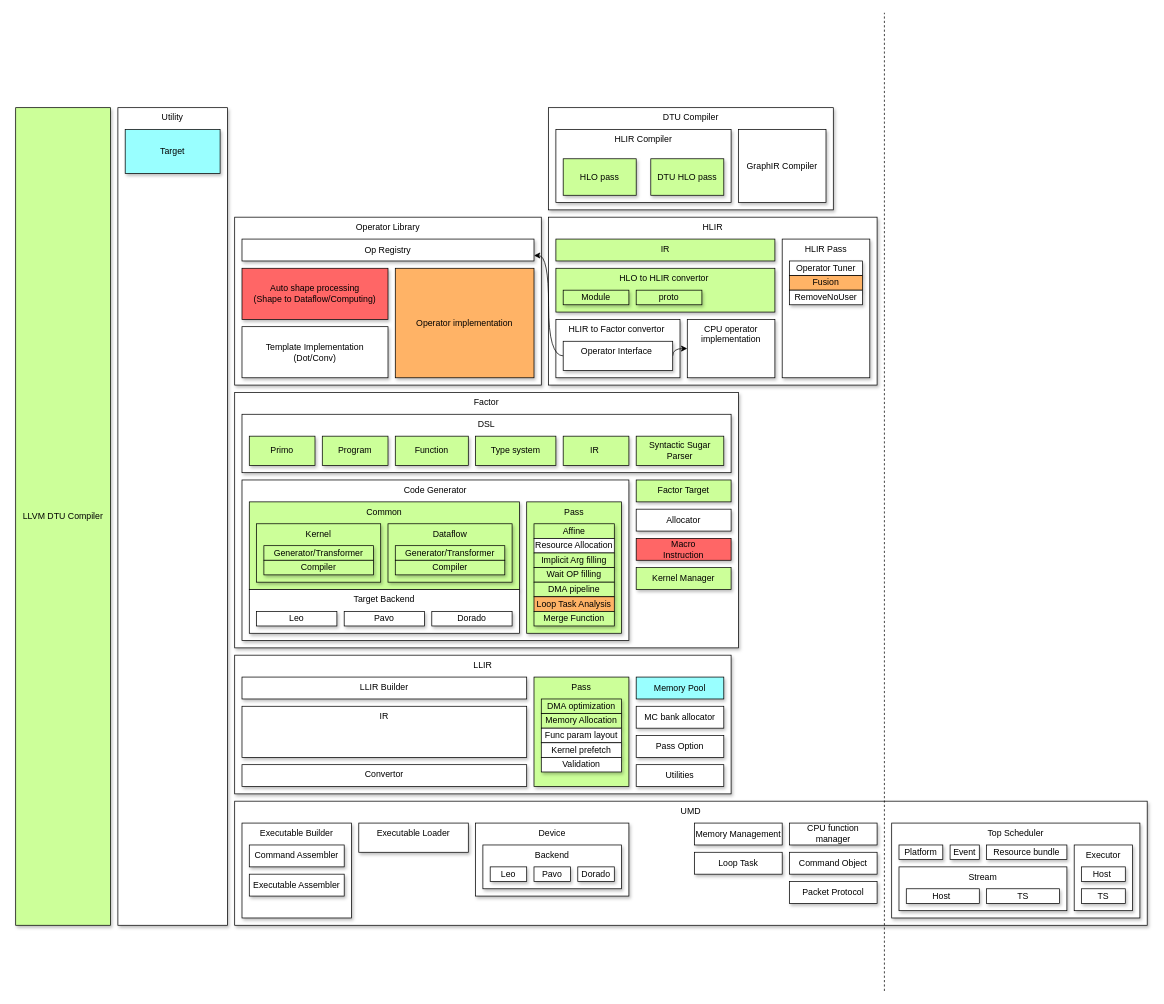
dingsg/drawio keeps this draw.io diagram as 组件及关系图.drawio. Above is the earlier version. Source tidied: cells renumbered, new cells numbered last; positions are measured from the earlier drawing's top-left corner, leaving out a move shared by most shapes. Both pictures are drawn from the tidied source at 73%, with x=0, y=0 at pixel (15, 12).
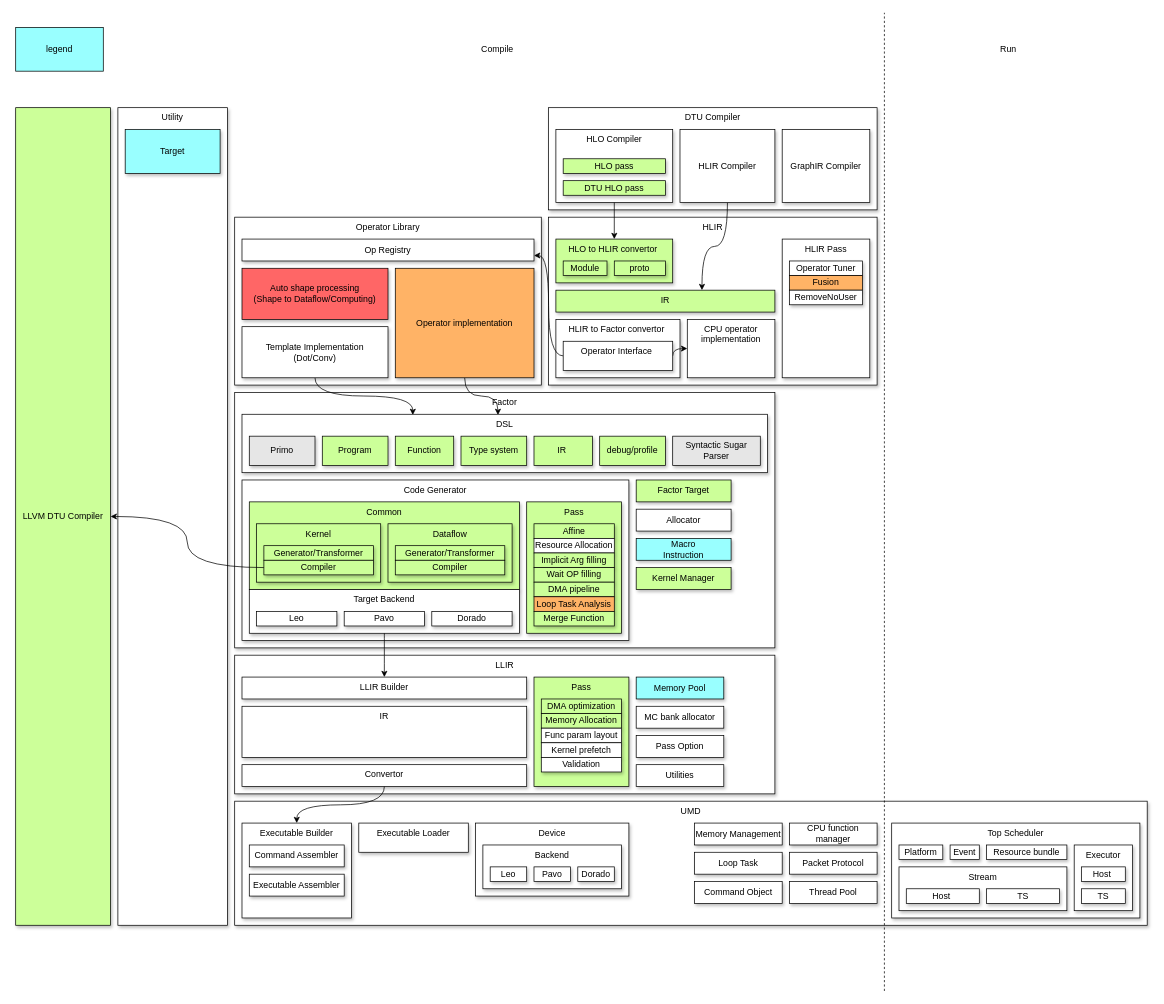
The same page after the edit.

Commit message:
Update 组件及关系图.drawio

The change refers to these unchanged cells:
```xml
<mxCell id="22" value="&lt;span&gt;Template Implementation&lt;br&gt;(Dot/Conv)&lt;br&gt;&lt;/span&gt;" style="rounded=0;whiteSpace=wrap;html=1;align=center;shadow=1;" parent="1" vertex="1">
  <mxGeometry x="310" y="430" width="200" height="70" as="geometry" />
</mxCell>
<mxCell id="24" value="&lt;span&gt;Operator implementation&lt;br&gt;&lt;/span&gt;" style="rounded=0;whiteSpace=wrap;html=1;align=center;shadow=1;fillColor=#FFB366;" parent="1" vertex="1">
  <mxGeometry x="520" y="350" width="190" height="150" as="geometry" />
</mxCell>
<mxCell id="41" value="Target Backend" style="rounded=0;whiteSpace=wrap;html=1;shadow=1;align=center;verticalAlign=top;" parent="1" vertex="1">
  <mxGeometry x="320" y="790" width="370" height="60" as="geometry" />
</mxCell>
<mxCell id="47" value="Compiler" style="rounded=0;whiteSpace=wrap;html=1;shadow=1;align=center;fillColor=#CCFF99;" parent="1" vertex="1">
  <mxGeometry x="340" y="750" width="150" height="20" as="geometry" />
</mxCell>
<mxCell id="60" value="LLIR Builder" style="rounded=0;whiteSpace=wrap;html=1;align=center;verticalAlign=top;shadow=1;" parent="1" vertex="1">
  <mxGeometry x="310" y="910" width="390" height="30" as="geometry" />
</mxCell>
<mxCell id="62" value="Convertor" style="rounded=0;whiteSpace=wrap;html=1;align=center;verticalAlign=top;shadow=1;" parent="1" vertex="1">
  <mxGeometry x="310" y="1030" width="390" height="30" as="geometry" />
</mxCell>
<mxCell id="75" value="Executable Builder" style="rounded=0;whiteSpace=wrap;html=1;shadow=1;fillColor=#FFFFFF;align=center;verticalAlign=top;" parent="1" vertex="1">
  <mxGeometry x="310" y="1110" width="150" height="130" as="geometry" />
</mxCell>
<mxCell id="83" value="LLVM DTU Compiler" style="rounded=0;whiteSpace=wrap;html=1;align=center;shadow=1;fillColor=#CCFF99;" parent="1" vertex="1">
  <mxGeometry y="130" width="130" height="1120" as="geometry" />
</mxCell>
```

The edit, as a diff of the source:
```diff
@@
     <mxCell id="3" value="Factor" style="rounded=0;whiteSpace=wrap;html=1;align=center;verticalAlign=top;shadow=1;" parent="1" vertex="1">
-      <mxGeometry x="300" y="520" width="690" height="350" as="geometry" />
+      <mxGeometry x="300" y="520" width="740" height="350" as="geometry" />
     </mxCell>
@@
     <mxCell id="7" value="DTU Compiler&lt;br&gt;" style="rounded=0;whiteSpace=wrap;html=1;align=center;verticalAlign=top;shadow=1;" parent="1" vertex="1">
-      <mxGeometry x="730" y="130" width="390" height="140" as="geometry" />
+      <mxGeometry x="730" y="130" width="450" height="140" as="geometry" />
     </mxCell>
-    <mxCell id="8" value="HLIR Compiler" style="rounded=0;whiteSpace=wrap;html=1;verticalAlign=top;shadow=1;" parent="1" vertex="1">
-      <mxGeometry x="740" y="160" width="240" height="100" as="geometry" />
+    <mxCell id="8" value="HLO Compiler" style="rounded=0;whiteSpace=wrap;html=1;verticalAlign=top;shadow=1;" parent="1" vertex="1">
+      <mxGeometry x="740" y="160" width="160" height="100" as="geometry" />
     </mxCell>
     <mxCell id="9" value="GraphIR Compiler" style="rounded=0;whiteSpace=wrap;html=1;shadow=1;" parent="1" vertex="1">
-      <mxGeometry x="990" y="160" width="120" height="100" as="geometry" />
+      <mxGeometry x="1050" y="160" width="120" height="100" as="geometry" />
     </mxCell>
     <mxCell id="10" value="HLO to HLIR convertor&amp;nbsp;" style="rounded=0;whiteSpace=wrap;html=1;verticalAlign=top;shadow=1;fillColor=#CCFF99;" parent="1" vertex="1">
-      <mxGeometry x="740" y="350" width="300" height="60" as="geometry" />
+      <mxGeometry x="740" y="310" width="160" height="60" as="geometry" />
     </mxCell>
@@
     <mxCell id="12" value="HLO pass" style="rounded=0;whiteSpace=wrap;html=1;shadow=1;fillColor=#CCFF99;" parent="1" vertex="1">
-      <mxGeometry x="750" y="200" width="100" height="50" as="geometry" />
+      <mxGeometry x="750" y="200" width="140" height="20" as="geometry" />
     </mxCell>
+    <mxCell id="101" style="edgeStyle=orthogonalEdgeStyle;rounded=0;jettySize=auto;html=1;exitX=0.5;exitY=1;exitDx=0;exitDy=0;" parent="1" edge="1" source="8" target="10">
+      <mxGeometry relative="1" as="geometry" />
+    </mxCell>
     <mxCell id="13" value="DTU HLO pass" style="rounded=0;whiteSpace=wrap;html=1;shadow=1;fillColor=#CCFF99;" parent="1" vertex="1">
-      <mxGeometry x="870" y="200" width="100" height="50" as="geometry" />
+      <mxGeometry x="750" y="230" width="140" height="20" as="geometry" />
     </mxCell>
     <mxCell id="14" value="Module" style="rounded=0;whiteSpace=wrap;html=1;align=center;shadow=1;fillColor=#CCFF99;" parent="1" vertex="1">
-      <mxGeometry x="750" y="380" width="90" height="20" as="geometry" />
+      <mxGeometry x="750" y="340" width="60" height="20" as="geometry" />
     </mxCell>
     <mxCell id="15" value="proto" style="rounded=0;whiteSpace=wrap;html=1;align=center;shadow=1;fillColor=#CCFF99;" parent="1" vertex="1">
-      <mxGeometry x="850" y="380" width="90" height="20" as="geometry" />
+      <mxGeometry x="820" y="340" width="70" height="20" as="geometry" />
     </mxCell>
@@
+    <mxCell id="102" style="edgeStyle=orthogonalEdgeStyle;curved=1;rounded=0;jettySize=auto;html=1;exitX=0.5;exitY=1;exitDx=0;exitDy=0;entryX=0.325;entryY=0.013;entryDx=0;entryDy=0;entryPerimeter=0;" parent="1" edge="1" source="22" target="26">
+      <mxGeometry relative="1" as="geometry" />
+    </mxCell>
@@
+    <mxCell id="103" style="edgeStyle=orthogonalEdgeStyle;curved=1;rounded=0;jettySize=auto;html=1;exitX=0.5;exitY=1;exitDx=0;exitDy=0;entryX=0.487;entryY=0.013;entryDx=0;entryDy=0;entryPerimeter=0;" parent="1" edge="1" source="24" target="26">
+      <mxGeometry relative="1" as="geometry" />
+    </mxCell>
@@
     <mxCell id="26" value="DSL" style="rounded=0;whiteSpace=wrap;html=1;align=center;verticalAlign=top;shadow=1;" parent="1" vertex="1">
-      <mxGeometry x="310" y="550" width="670" height="80" as="geometry" />
+      <mxGeometry x="310" y="550" width="720" height="80" as="geometry" />
     </mxCell>
-    <mxCell id="27" value="Primo" style="rounded=0;whiteSpace=wrap;html=1;align=center;shadow=1;fillColor=#CCFF99;" parent="1" vertex="1">
+    <mxCell id="27" value="Primo" style="rounded=0;whiteSpace=wrap;html=1;align=center;shadow=1;fillColor=#E6E6E6;" parent="1" vertex="1">
       <mxGeometry x="320" y="580" width="90" height="40" as="geometry" />
     </mxCell>
@@
     <mxCell id="32" value="Type system" style="rounded=0;whiteSpace=wrap;html=1;align=center;shadow=1;fillColor=#CCFF99;" parent="1" vertex="1">
-      <mxGeometry x="630" y="580" width="110" height="40" as="geometry" />
+      <mxGeometry x="610" y="580" width="90" height="40" as="geometry" />
     </mxCell>
     <mxCell id="33" value="IR" style="rounded=0;whiteSpace=wrap;html=1;verticalAlign=top;shadow=1;fillColor=#CCFF99;" parent="1" vertex="1">
-      <mxGeometry x="740" y="310" width="300" height="30" as="geometry" />
+      <mxGeometry x="740" y="380" width="300" height="30" as="geometry" />
     </mxCell>
@@
     <mxCell id="35" value="IR&amp;nbsp;" style="rounded=0;whiteSpace=wrap;html=1;align=center;verticalAlign=middle;shadow=1;fillColor=#CCFF99;" parent="1" vertex="1">
-      <mxGeometry x="750" y="580" width="90" height="40" as="geometry" />
+      <mxGeometry x="710" y="580" width="80" height="40" as="geometry" />
     </mxCell>
     <mxCell id="36" value="Function" style="rounded=0;whiteSpace=wrap;html=1;align=center;shadow=1;fillColor=#CCFF99;" parent="1" vertex="1">
-      <mxGeometry x="520" y="580" width="100" height="40" as="geometry" />
+      <mxGeometry x="520" y="580" width="80" height="40" as="geometry" />
     </mxCell>
-    <mxCell id="37" value="&lt;div style=&quot;&quot;&gt;Syntactic Sugar Parser&lt;/div&gt;" style="rounded=0;whiteSpace=wrap;html=1;align=center;verticalAlign=middle;shadow=1;fillColor=#CCFF99;" parent="1" vertex="1">
-      <mxGeometry x="850" y="580" width="120" height="40" as="geometry" />
+    <mxCell id="37" value="&lt;div style=&quot;&quot;&gt;Syntactic Sugar Parser&lt;/div&gt;" style="rounded=0;whiteSpace=wrap;html=1;align=center;verticalAlign=middle;shadow=1;fillColor=#E6E6E6;" parent="1" vertex="1">
+      <mxGeometry x="900" y="580" width="120" height="40" as="geometry" />
     </mxCell>
@@
+    <mxCell id="104" style="edgeStyle=orthogonalEdgeStyle;rounded=0;jettySize=auto;html=1;exitX=0;exitY=0.5;exitDx=0;exitDy=0;entryX=1;entryY=0.5;entryDx=0;entryDy=0;curved=1;" parent="1" edge="1" source="47" target="83">
+      <mxGeometry relative="1" as="geometry" />
+    </mxCell>
@@
-    <mxCell id="50" value="Macro&lt;br&gt;Instruction" style="rounded=0;whiteSpace=wrap;html=1;align=center;shadow=1;fillColor=#FF6666;" parent="1" vertex="1">
+    <mxCell id="50" value="Macro&lt;br&gt;Instruction" style="rounded=0;whiteSpace=wrap;html=1;align=center;shadow=1;fillColor=#99FFFF;" parent="1" vertex="1">
       <mxGeometry x="850" y="720" width="130" height="30" as="geometry" />
     </mxCell>
@@
     <mxCell id="59" value="LLIR" style="rounded=0;whiteSpace=wrap;html=1;align=center;verticalAlign=top;shadow=1;" parent="1" vertex="1">
-      <mxGeometry x="300" y="880" width="680" height="190" as="geometry" />
+      <mxGeometry x="300" y="880" width="740" height="190" as="geometry" />
     </mxCell>
@@
     <mxCell id="85" value="Command Object" style="rounded=0;whiteSpace=wrap;html=1;shadow=1;fillColor=#FFFFFF;align=center;" parent="1" vertex="1">
-      <mxGeometry x="1060" y="1150" width="120" height="30" as="geometry" />
+      <mxGeometry x="930" y="1190" width="120" height="30" as="geometry" />
     </mxCell>
@@
     <mxCell id="100" value="Packet Protocol" style="rounded=0;whiteSpace=wrap;html=1;shadow=1;fillColor=#FFFFFF;align=center;" parent="1" vertex="1">
-      <mxGeometry x="1060" y="1190" width="120" height="30" as="geometry" />
+      <mxGeometry x="1060" y="1150" width="120" height="30" as="geometry" />
     </mxCell>
+    <mxCell id="105" value="Compile" style="text;html=1;strokeColor=none;fillColor=none;align=center;verticalAlign=middle;whiteSpace=wrap;rounded=0;" parent="1" vertex="1">
+      <mxGeometry x="640" y="40" width="40" height="20" as="geometry" />
+    </mxCell>
+    <mxCell id="106" value="Run" style="text;html=1;strokeColor=none;fillColor=none;align=center;verticalAlign=middle;whiteSpace=wrap;rounded=0;" parent="1" vertex="1">
+      <mxGeometry x="1340" y="40" width="40" height="20" as="geometry" />
+    </mxCell>
+    <mxCell id="107" style="edgeStyle=orthogonalEdgeStyle;curved=1;rounded=0;jettySize=auto;html=1;exitX=0.5;exitY=1;exitDx=0;exitDy=0;entryX=0.667;entryY=0;entryDx=0;entryDy=0;entryPerimeter=0;" parent="1" edge="1" source="108" target="33">
+      <mxGeometry relative="1" as="geometry" />
+    </mxCell>
+    <mxCell id="108" value="HLIR Compiler" style="rounded=0;whiteSpace=wrap;html=1;verticalAlign=middle;shadow=1;" parent="1" vertex="1">
+      <mxGeometry x="910" y="160" width="130" height="100" as="geometry" />
+    </mxCell>
+    <mxCell id="109" style="edgeStyle=orthogonalEdgeStyle;curved=1;rounded=0;jettySize=auto;html=1;exitX=0.5;exitY=1;exitDx=0;exitDy=0;" parent="1" edge="1" source="41" target="60">
+      <mxGeometry relative="1" as="geometry" />
+    </mxCell>
+    <mxCell id="110" value="legend" style="rounded=0;whiteSpace=wrap;html=1;fillColor=#99FFFF;" parent="1" vertex="1">
+      <mxGeometry y="20" width="120" height="60" as="geometry" />
+    </mxCell>
+    <mxCell id="111" value="debug/profile" style="rounded=0;whiteSpace=wrap;html=1;align=center;verticalAlign=middle;shadow=1;fillColor=#CCFF99;" parent="1" vertex="1">
+      <mxGeometry x="800" y="580" width="90" height="40" as="geometry" />
+    </mxCell>
+    <mxCell id="112" style="edgeStyle=orthogonalEdgeStyle;curved=1;rounded=0;jettySize=auto;html=1;exitX=0.5;exitY=1;exitDx=0;exitDy=0;" parent="1" edge="1" source="62" target="75">
+      <mxGeometry relative="1" as="geometry" />
+    </mxCell>
+    <mxCell id="113" value="Thread Pool" style="rounded=0;whiteSpace=wrap;html=1;shadow=1;fillColor=#FFFFFF;align=center;" parent="1" vertex="1">
+      <mxGeometry x="1060" y="1190" width="120" height="30" as="geometry" />
+    </mxCell>
```
